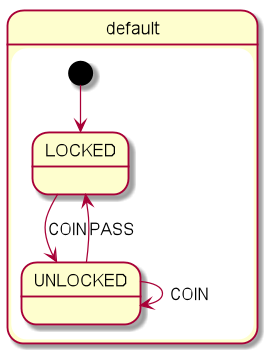
Earlier version of the PlantUML export turnstile.png (open-jumpco/kfsm-viz).
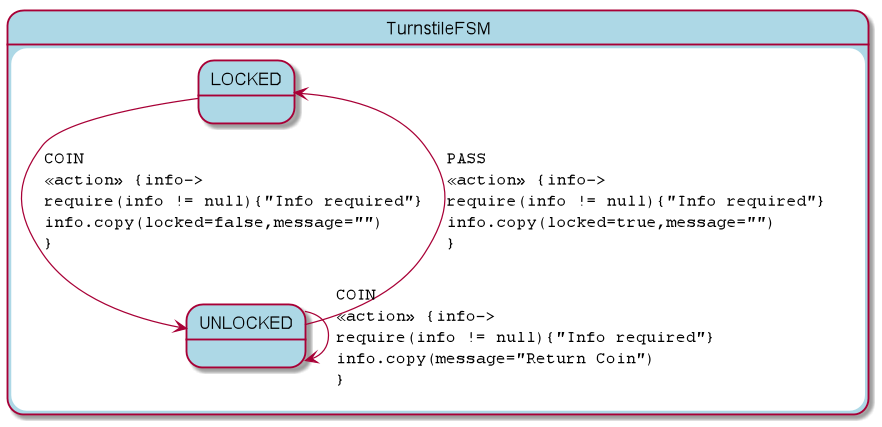
The same diagram one commit later.

Diff of the diagram source:
```diff
@@ -1,8 +1,12 @@
 @startuml
-state default {
-  [*] --> LOCKED
-  LOCKED --> UNLOCKED : COIN
-  UNLOCKED --> LOCKED : PASS
-  UNLOCKED --> UNLOCKED : COIN
+skinparam StateFontName Helvetica
+skinparam defaultFontName Monospaced
+skinparam state {
+    BackgroundColor LightBlue
+}
+state TurnstileFSM {
+LOCKED --> UNLOCKED : COIN\l<<action>> {info->\lrequire(info != null){"Info required"}\linfo.copy(locked=false,message="")\l}
+UNLOCKED --> LOCKED : PASS\l<<action>> {info->\lrequire(info != null){"Info required"}\linfo.copy(locked=true,message="")\l}
+UNLOCKED --> UNLOCKED : COIN\l<<action>> {info->\lrequire(info != null){"Info required"}\linfo.copy(message="Return Coin")\l}
 }
 @enduml
```
